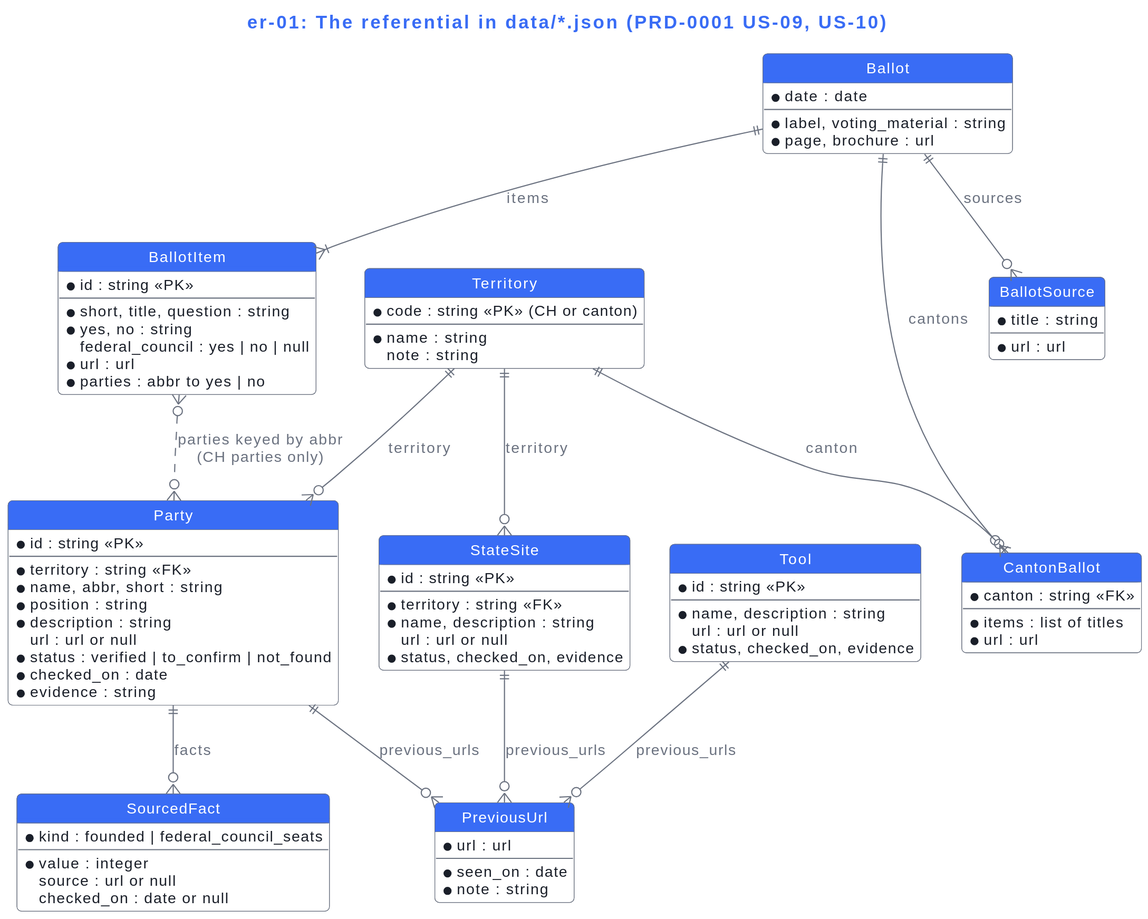
Before: docs/plans/active/swiss-politics-launcher/views/er-01-referential.svg, a diagram exported from PlantUML (VictorHueni/civic-compass).
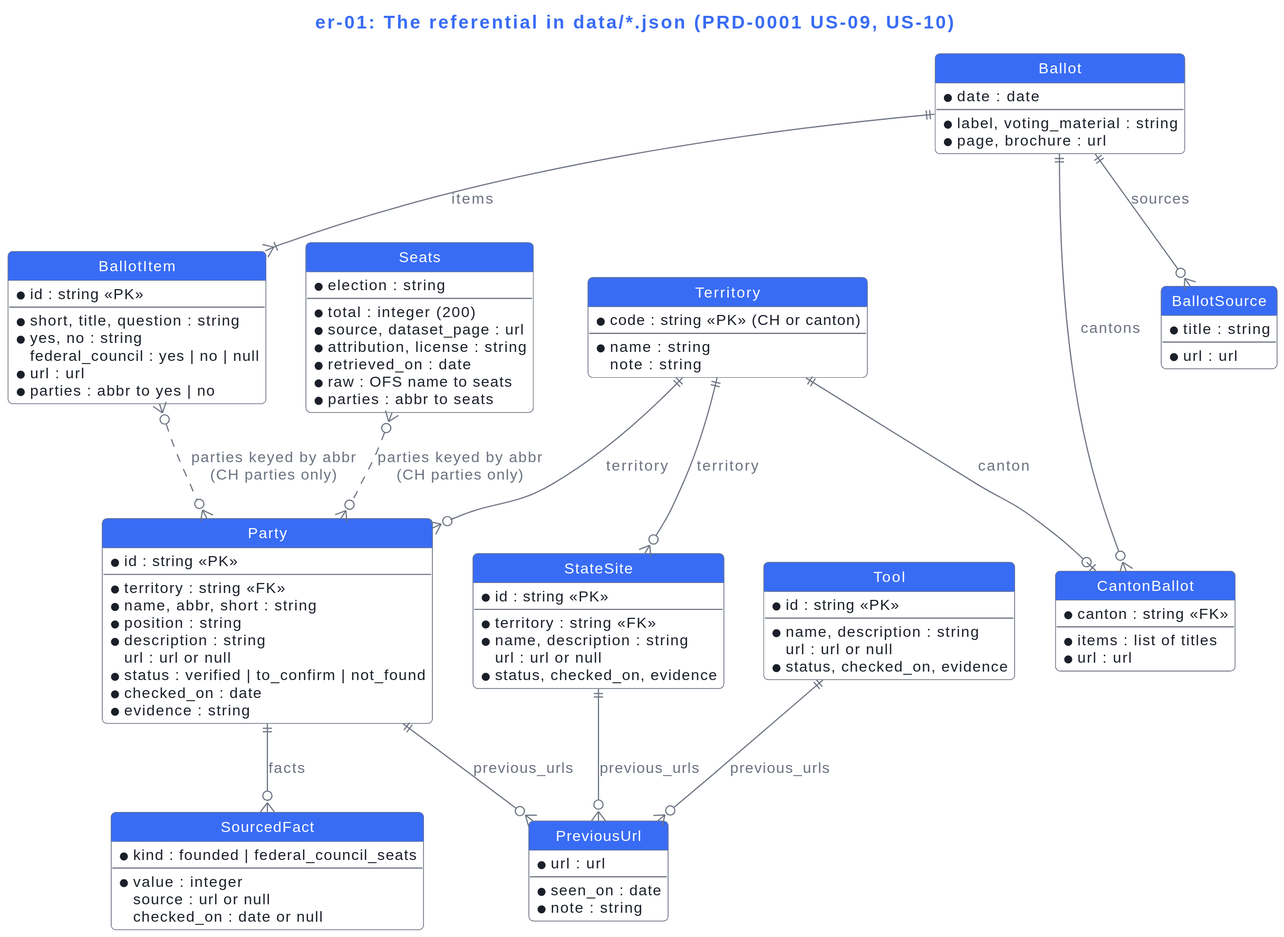
Later version of the same file.

Diff of the diagram source:
```diff
@@ -78,6 +78,17 @@
   * url : url
 }
 
+entity Seats {
+  * election : string
+  --
+  * total : integer (200)
+  * source, dataset_page : url
+  * attribution, license : string
+  * retrieved_on : date
+  * raw : OFS name to seats
+  * parties : abbr to seats
+}
+
 entity BallotSource {
   * title : string
   --
@@ -95,4 +106,5 @@
 Territory ||--o| CantonBallot : canton
 Ballot ||--o{ BallotSource : sources
 BallotItem }o..o{ Party : parties keyed by abbr\n(CH parties only)
+Seats }o..o{ Party : parties keyed by abbr\n(CH parties only)
 @enduml
```
